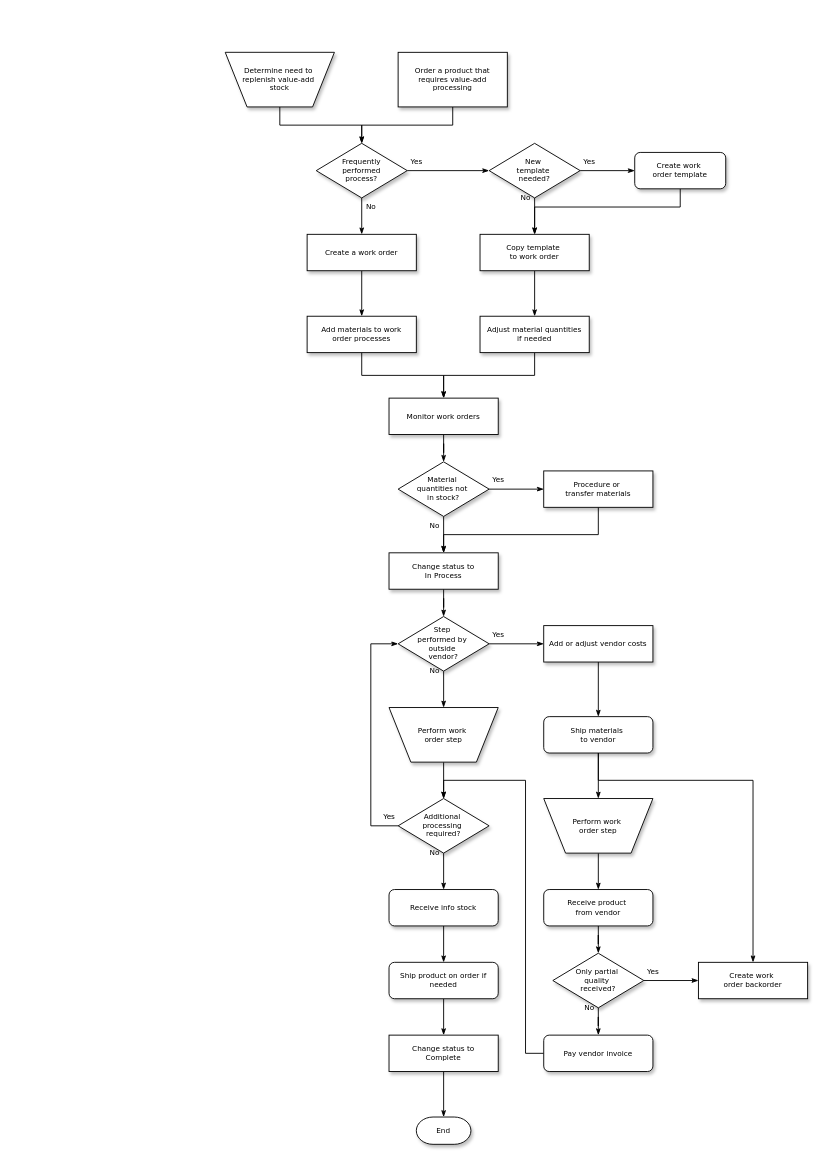
hyposoda/git-123 keeps this draw.io diagram as bgw.drawio. Above is the earlier version. Source tidied: cells renumbered, new cells numbered last; positions are measured from the earlier drawing's top-left corner, leaving out a move shared by most shapes. Both pictures are drawn from the tidied source at 91%, with x=0, y=0 at pixel (225, 52).
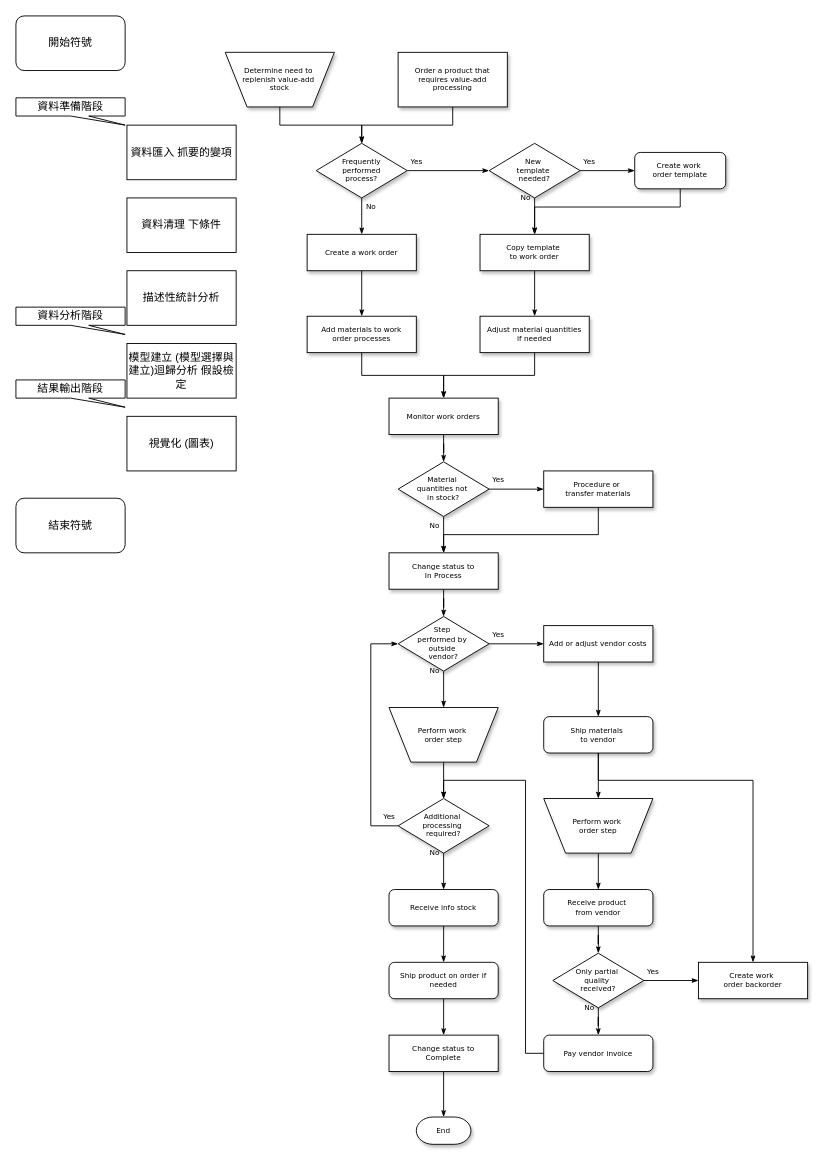
After the change.

The edit, as a diff of the source:
```diff
@@
+    <mxCell id="61" value="開始符號" style="rounded=1;whiteSpace=wrap;html=1;" parent="1" vertex="1">
+      <mxGeometry x="-230" y="-40" width="120" height="60" as="geometry" />
+    </mxCell>
+    <mxCell id="62" value="結束符號" style="rounded=1;whiteSpace=wrap;html=1;" parent="1" vertex="1">
+      <mxGeometry x="-230" y="490" width="120" height="60" as="geometry" />
+    </mxCell>
+    <mxCell id="63" value="資料匯入 抓要的變項" style="rounded=0;whiteSpace=wrap;html=1;" parent="1" vertex="1">
+      <mxGeometry x="-108" y="80" width="120" height="60" as="geometry" />
+    </mxCell>
+    <mxCell id="64" value="資料清理 下條件" style="rounded=0;whiteSpace=wrap;html=1;" parent="1" vertex="1">
+      <mxGeometry x="-108" y="160" width="120" height="60" as="geometry" />
+    </mxCell>
+    <mxCell id="65" value="描述性統計分析" style="rounded=0;whiteSpace=wrap;html=1;" parent="1" vertex="1">
+      <mxGeometry x="-108" y="240" width="120" height="60" as="geometry" />
+    </mxCell>
+    <mxCell id="66" value="模型建立 (模型選擇與建立)迴歸分析 假設檢定" style="rounded=0;whiteSpace=wrap;html=1;" parent="1" vertex="1">
+      <mxGeometry x="-108" y="320" width="120" height="60" as="geometry" />
+    </mxCell>
+    <mxCell id="67" value="視覺化 (圖表)" style="rounded=0;whiteSpace=wrap;html=1;" parent="1" vertex="1">
+      <mxGeometry x="-108" y="400" width="120" height="60" as="geometry" />
+    </mxCell>
+    <mxCell id="68" value="結果輸出階段" style="shape=callout;whiteSpace=wrap;html=1;perimeter=calloutPerimeter;base=20;position2=1;size=10;position=0.5;" parent="1" vertex="1">
+      <mxGeometry x="-230" y="360" width="120" height="30" as="geometry" />
+    </mxCell>
+    <mxCell id="69" value="資料分析階段" style="shape=callout;whiteSpace=wrap;html=1;perimeter=calloutPerimeter;base=20;position2=1;size=10;position=0.5;" parent="1" vertex="1">
+      <mxGeometry x="-230" y="280" width="120" height="30" as="geometry" />
+    </mxCell>
+    <mxCell id="70" value="資料準備階段" style="shape=callout;whiteSpace=wrap;html=1;perimeter=calloutPerimeter;base=20;position2=1;size=10;position=0.5;" parent="1" vertex="1">
+      <mxGeometry x="-230" y="50" width="120" height="30" as="geometry" />
+    </mxCell>
```
